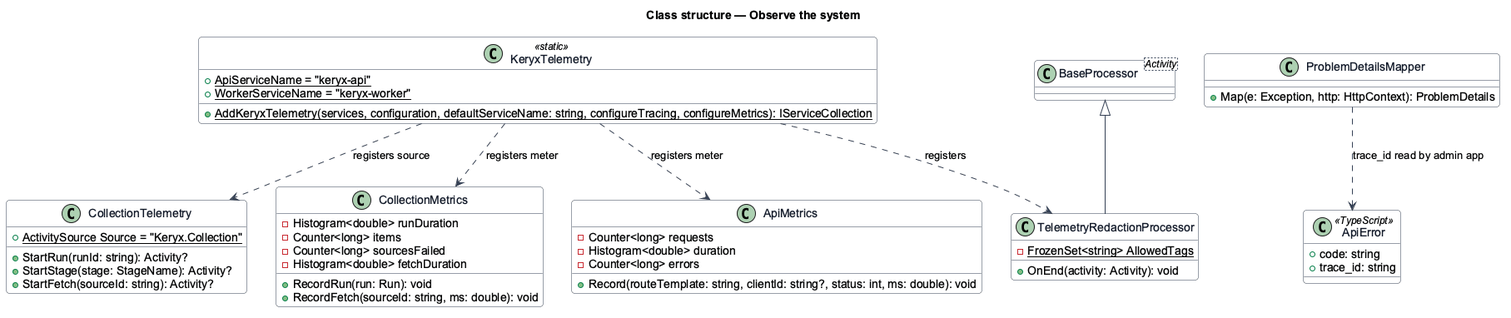
Before: docs/detailed-designs/operations/observe-the-system/diagrams/class-structure.png, a diagram exported from PlantUML (QuinntyneBrown/keryx).
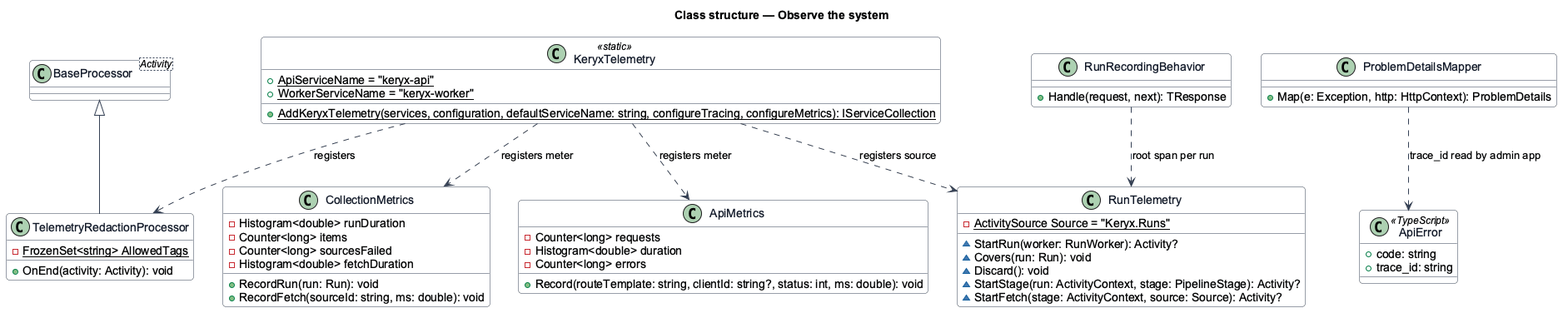
The same diagram one commit later.

Change to the diagram source:
```diff
@@ -20,11 +20,16 @@
   -{static} FrozenSet<string> AllowedTags
   +OnEnd(activity: Activity): void
 }
-class CollectionTelemetry {
-  +{static} ActivitySource Source = "Keryx.Collection"
-  +StartRun(runId: string): Activity?
-  +StartStage(stage: StageName): Activity?
-  +StartFetch(sourceId: string): Activity?
+class RunTelemetry {
+  -{static} ActivitySource Source = "Keryx.Runs"
+  ~StartRun(worker: RunWorker): Activity?
+  ~Covers(run: Run): void
+  ~Discard(): void
+  ~StartStage(run: ActivityContext, stage: PipelineStage): Activity?
+  ~StartFetch(stage: ActivityContext, source: Source): Activity?
+}
+class RunRecordingBehavior {
+  +Handle(request, next): TResponse
 }
 class CollectionMetrics {
   -Histogram<double> runDuration
@@ -51,7 +56,8 @@
 
 BP <|-- TelemetryRedactionProcessor
 KeryxTelemetry ..> TelemetryRedactionProcessor : registers
-KeryxTelemetry ..> CollectionTelemetry : registers source
+KeryxTelemetry ..> RunTelemetry : registers source
+RunRecordingBehavior ..> RunTelemetry : root span per run
 KeryxTelemetry ..> CollectionMetrics : registers meter
 KeryxTelemetry ..> ApiMetrics : registers meter
 ProblemDetailsMapper ..> ApiError : trace_id read by admin app
```
